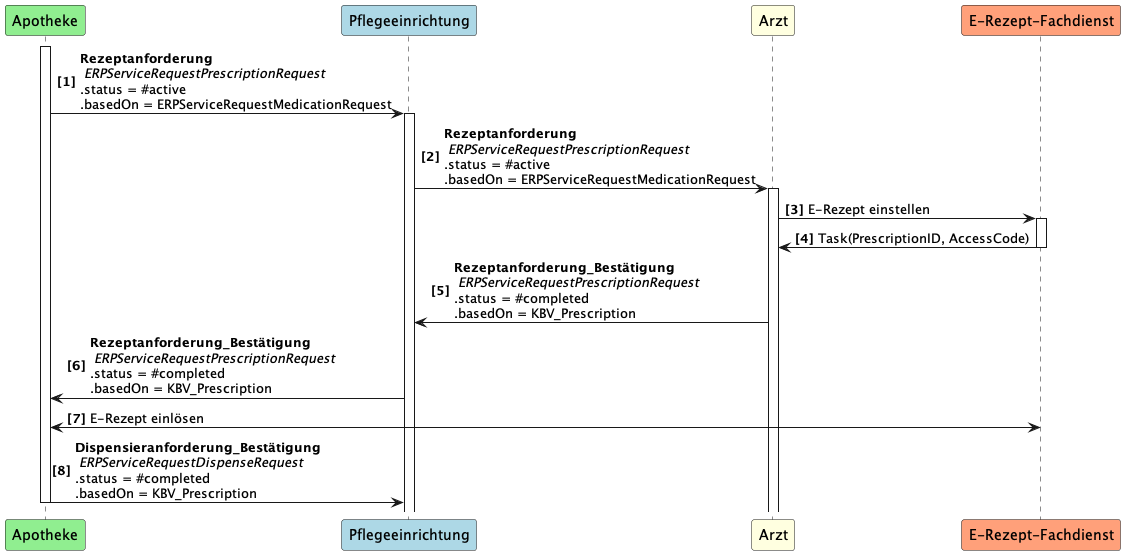
The PlantUML diagram guides/ig-rezeptanforderung/images/puml_images/UC2.png in gematik/spec-E-Rezept-ServiceRequest, before a commit.
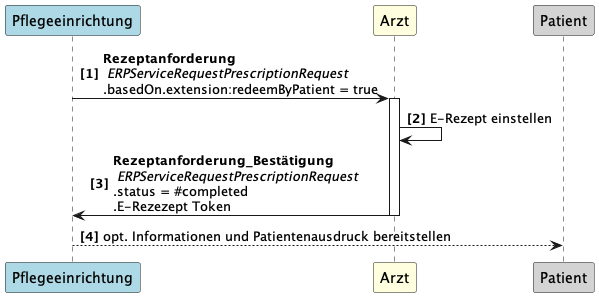
After the commit.

Diff of the diagram source:
```diff
@@ -1,19 +1,12 @@
 @startuml UC2
 autonumber "<b>[0]"
-participant Apotheke as AP #LightGreen
 participant Pflegeeinrichtung as PE #LightBlue
 participant Arzt as A #LightYellow
-participant "E-Rezept-Fachdienst" as FD #LightSalmon
+participant Patient as P #LightGrey
 
-Activate AP
-AP -> PE++: <b>Rezeptanforderung\n <i>ERPServiceRequestPrescriptionRequest  \n.status = #active \n.basedOn = ERPServiceRequestMedicationRequest
-PE -> A++: <b>Rezeptanforderung\n <i>ERPServiceRequestPrescriptionRequest  \n.status = #active \n.basedOn = ERPServiceRequestMedicationRequest
-A -> FD++: E-Rezept einstellen
-FD -> A--: Task(PrescriptionID, AccessCode)
-A -> PE: <b>Rezeptanforderung_Bestätigung\n <i>ERPServiceRequestPrescriptionRequest  \n.status = #completed \n.basedOn = KBV_Prescription
-PE -> AP: <b>Rezeptanforderung_Bestätigung\n <i>ERPServiceRequestPrescriptionRequest  \n.status = #completed \n.basedOn = KBV_Prescription
+PE -> A++: <b>Rezeptanforderung\n <i>ERPServiceRequestPrescriptionRequest \n.basedOn.extension:redeemByPatient = true
+A -> A: E-Rezept einstellen
+A -> PE--: <b>Rezeptanforderung_Bestätigung\n <i>ERPServiceRequestPrescriptionRequest  \n.status = #completed \n.E-Rezezept Token
+PE --> P: opt. Informationen und Patientenausdruck bereitstellen
 
-
-AP <-> FD: E-Rezept einlösen
-AP -> PE--: <b>Dispensieranforderung_Bestätigung\n <i>ERPServiceRequestDispenseRequest  \n.status = #completed \n.basedOn = KBV_Prescription
 @enduml
```
